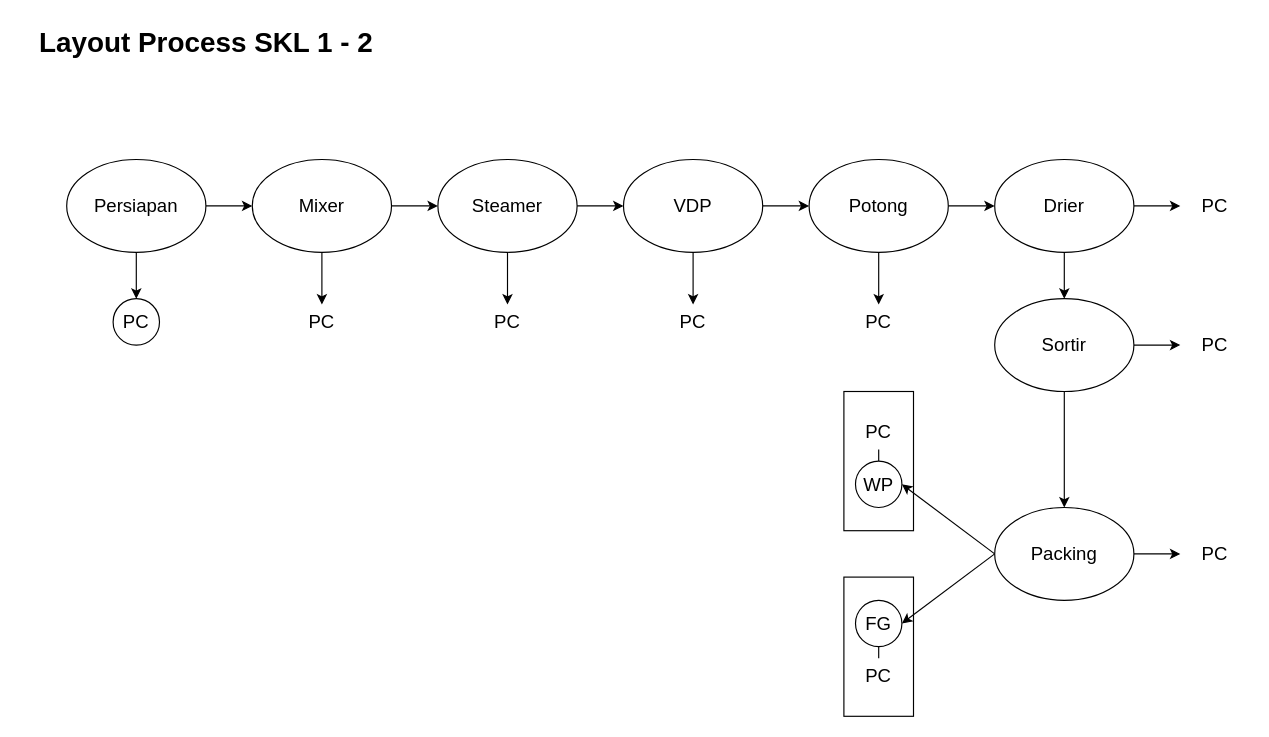
This is LayoutSKL1-2.drawio from elangR1/drawio, a draw.io file, before an edit. Source tidied: cells renumbered, new cells numbered last; positions are measured from the earlier drawing's top-left corner, leaving out a move shared by most shapes. Both pictures are drawn from the tidied source at 116%, with x=0, y=0 at pixel (20, 20).
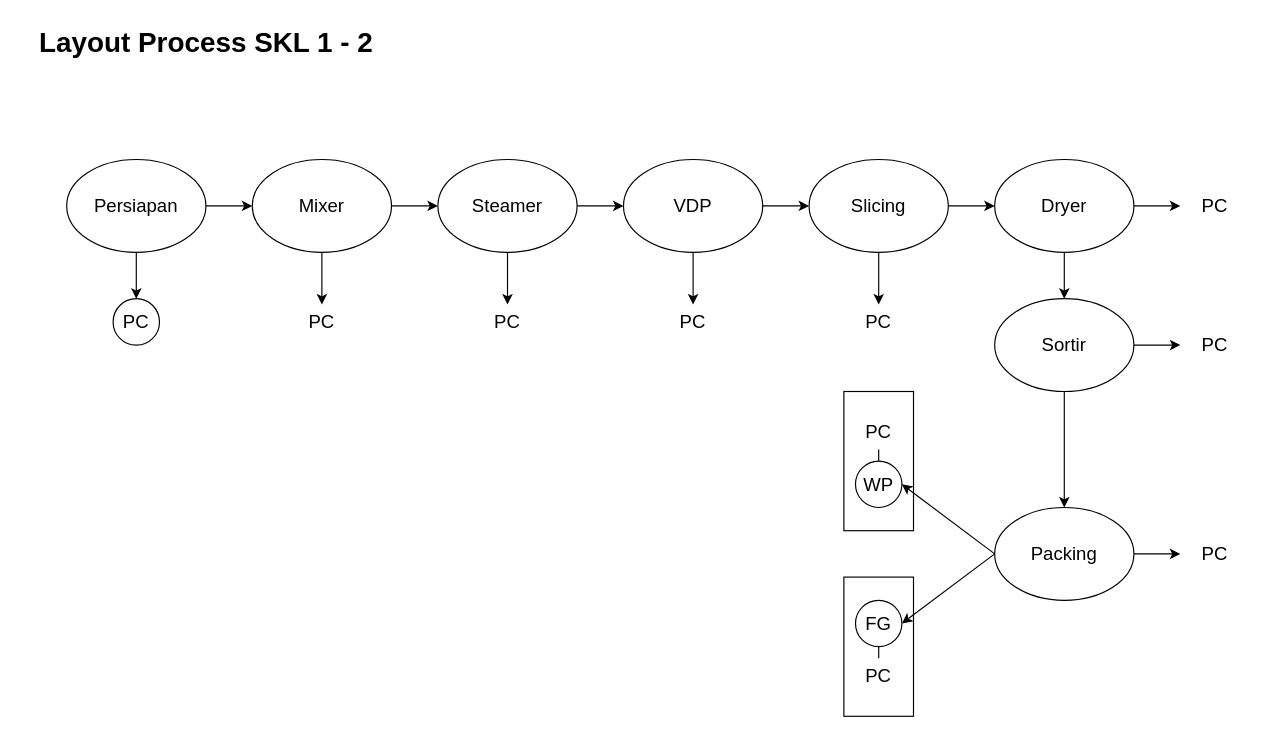
The same diagram, later.

The edit, as a diff of the source:
```diff
@@
-    <mxCell id="18" value="&lt;font style=&quot;font-size: 16px;&quot;&gt;Potong&lt;/font&gt;" style="ellipse;whiteSpace=wrap;html=1;" parent="1" vertex="1">
+    <mxCell id="18" value="&lt;font style=&quot;font-size: 16px;&quot;&gt;Slicing&lt;/font&gt;" style="ellipse;whiteSpace=wrap;html=1;" parent="1" vertex="1">
       <mxGeometry x="680" y="120" width="120" height="80" as="geometry" />
     </mxCell>
@@
-    <mxCell id="21" value="&lt;font style=&quot;font-size: 16px;&quot;&gt;Drier&lt;/font&gt;" style="ellipse;whiteSpace=wrap;html=1;" parent="1" vertex="1">
+    <mxCell id="21" value="&lt;font style=&quot;font-size: 16px;&quot;&gt;Dryer&lt;/font&gt;" style="ellipse;whiteSpace=wrap;html=1;" parent="1" vertex="1">
       <mxGeometry x="840" y="120" width="120" height="80" as="geometry" />
     </mxCell>
```
